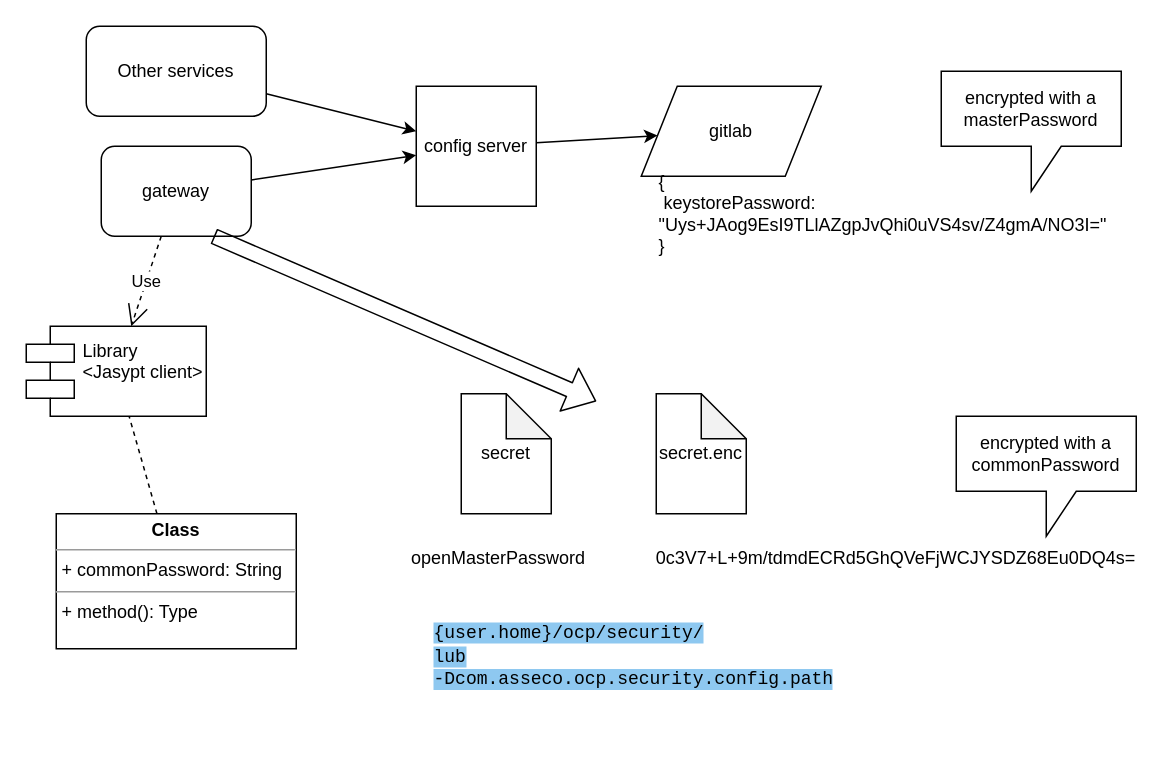
This is Untitled Diagram.drawio from arti22k/draw.io, a draw.io file, before an edit. Source tidied: cells renumbered, new cells numbered last; positions are measured from the earlier drawing's top-left corner, leaving out a move shared by most shapes. Both pictures are drawn from the tidied source at 150%, with x=0, y=0 at pixel (26, 26).
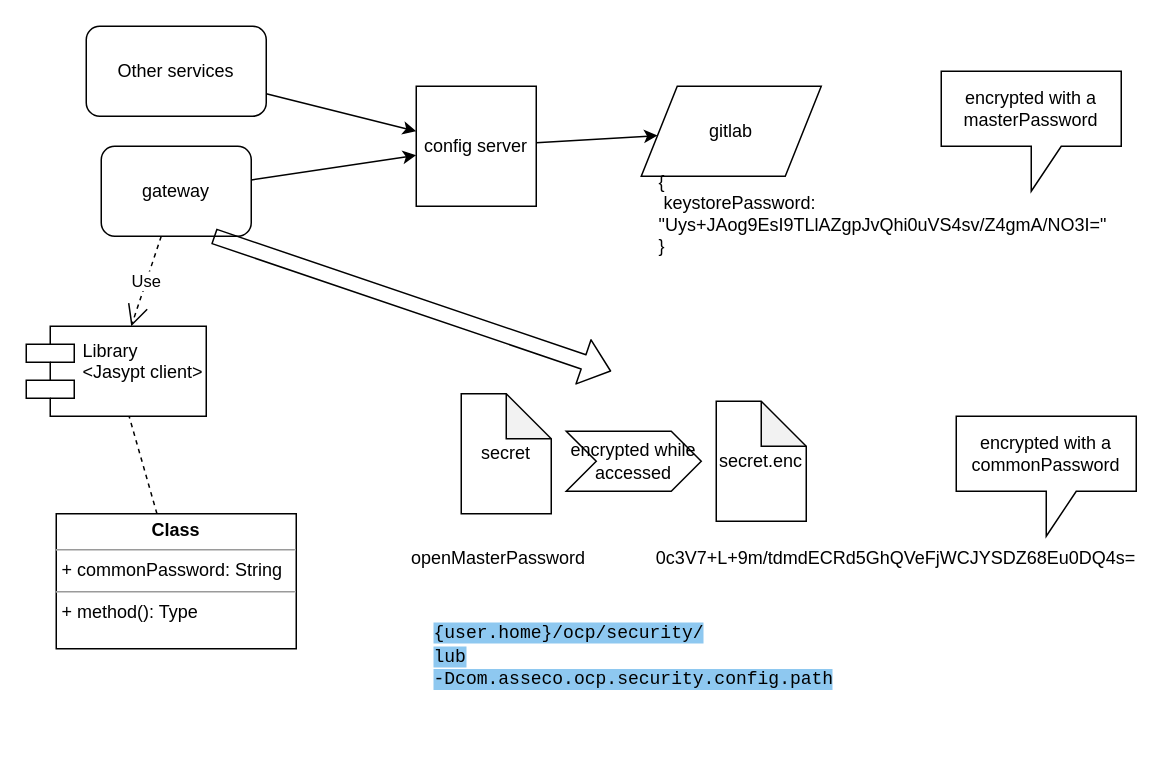
After the change.

Commit message:
secret encryption

Unchanged cells that the change refers to:
```xml
<mxCell id="4" value="gateway" style="rounded=1;whiteSpace=wrap;html=1;" parent="1" vertex="1">
  <mxGeometry x="50" y="80" width="100" height="60" as="geometry" />
</mxCell>
```

Change to the diagram source:
```diff
@@
     <mxCell id="3" value="secret.enc" style="shape=note;whiteSpace=wrap;html=1;backgroundOutline=1;darkOpacity=0.05;" parent="1" vertex="1">
-      <mxGeometry x="420" y="245" width="60" height="80" as="geometry" />
+      <mxGeometry x="460" y="250" width="60" height="80" as="geometry" />
     </mxCell>
@@
     <mxCell id="22" style="shape=flexArrow;endArrow=classic;html=1;exitX=0.75;exitY=1;exitDx=0;exitDy=0;" parent="1" edge="1" source="4">
       <mxGeometry relative="1" as="geometry">
-        <mxPoint x="380" y="250" as="targetPoint" />
+        <mxPoint x="390" y="230" as="targetPoint" />
       </mxGeometry>
     </mxCell>
+    <mxCell id="23" value="encrypted while accessed" style="shape=step;perimeter=stepPerimeter;whiteSpace=wrap;html=1;fixedSize=1;" parent="1" vertex="1">
+      <mxGeometry x="360" y="270" width="90" height="40" as="geometry" />
+    </mxCell>
```
